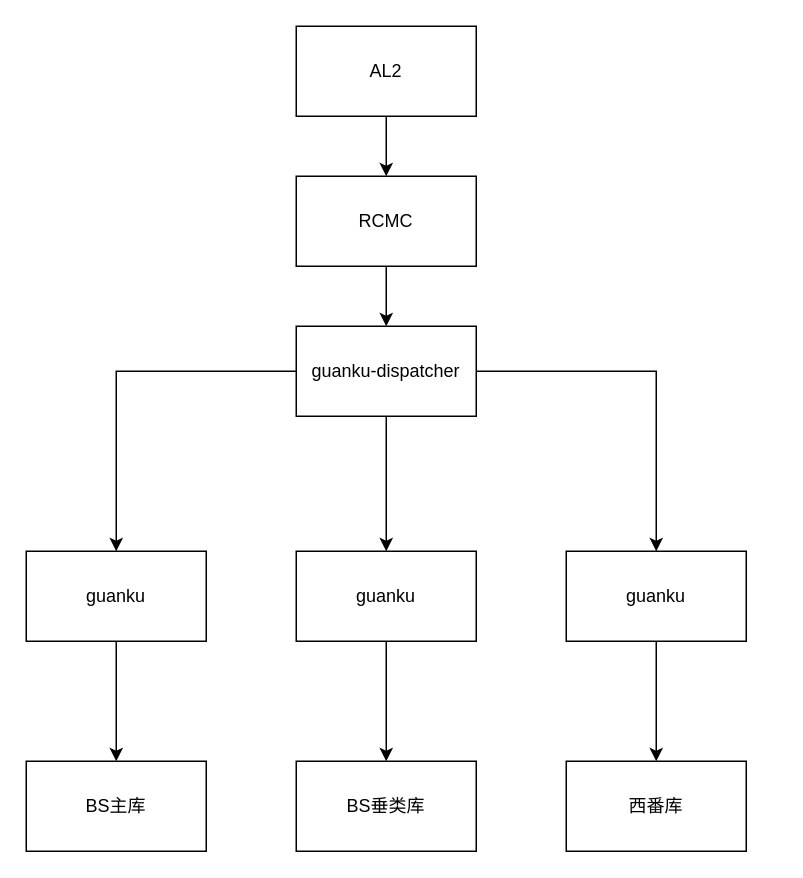
Earlier version of the draw.io diagram 灌库规则.drawio (shiludeng/testdrawio). Source tidied: cells renumbered, new cells numbered last; positions are measured from the earlier drawing's top-left corner, leaving out a move shared by most shapes. Both pictures are drawn from the tidied source at 150%, with x=0, y=0 at pixel (26, 26).
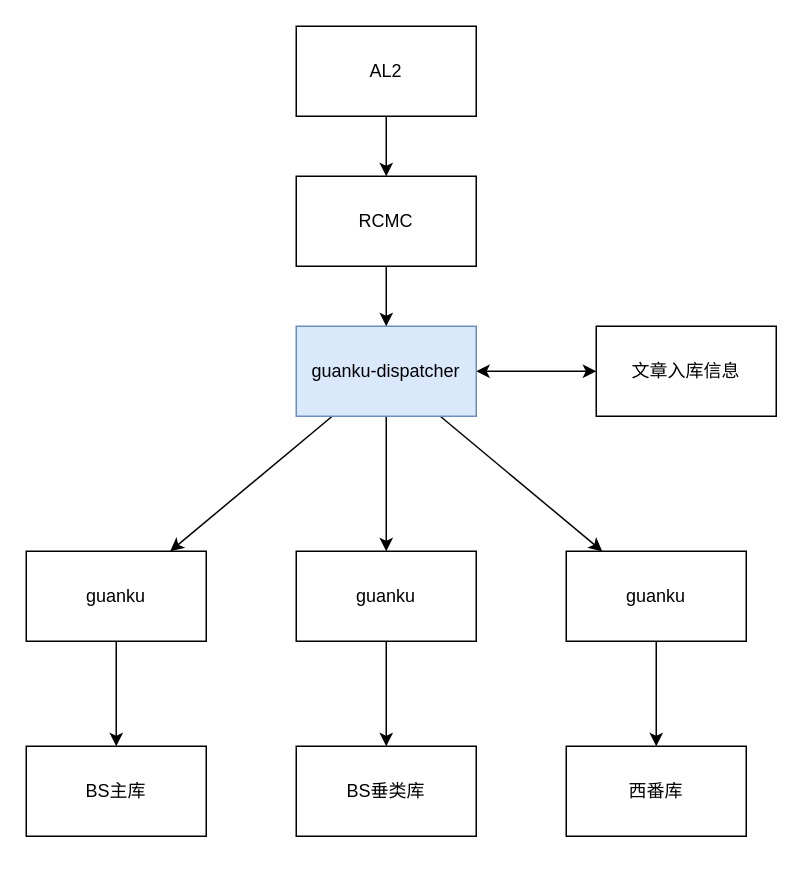
The same page after the edit.

Unchanged cells that the change refers to:
```xml
<mxCell id="11" value="guanku" style="rounded=0;whiteSpace=wrap;html=1;" parent="1" vertex="1">
  <mxGeometry x="360" y="350" width="120" height="60" as="geometry" />
</mxCell>
<mxCell id="17" value="guanku" style="rounded=0;whiteSpace=wrap;html=1;" parent="1" vertex="1">
  <mxGeometry y="350" width="120" height="60" as="geometry" />
</mxCell>
```

Diff of the diagram source:
```diff
@@
-    <mxCell id="2" style="edgeStyle=orthogonalEdgeStyle;rounded=0;jettySize=auto;html=1;" parent="1" edge="1" source="5" target="17">
+    <mxCell id="2" style="rounded=0;jettySize=auto;html=1;" parent="1" edge="1" source="5" target="17">
       <mxGeometry relative="1" as="geometry" />
     </mxCell>
@@
-    <mxCell id="4" style="edgeStyle=orthogonalEdgeStyle;rounded=0;jettySize=auto;html=1;" parent="1" edge="1" source="5" target="11">
+    <mxCell id="4" style="rounded=0;jettySize=auto;html=1;" parent="1" edge="1" source="5" target="11">
       <mxGeometry relative="1" as="geometry" />
     </mxCell>
+    <mxCell id="19" style="edgeStyle=none;rounded=0;jettySize=auto;html=1;startArrow=classic;startFill=1;" parent="1" edge="1" source="5" target="20">
+      <mxGeometry relative="1" as="geometry" />
+    </mxCell>
-    <mxCell id="5" value="guanku-dispatcher" style="rounded=0;whiteSpace=wrap;html=1;" parent="1" vertex="1">
+    <mxCell id="5" value="guanku-dispatcher" style="rounded=0;whiteSpace=wrap;html=1;fillColor=#dae8fc;strokeColor=#6c8ebf;" parent="1" vertex="1">
       <mxGeometry x="180" y="200" width="120" height="60" as="geometry" />
     </mxCell>
@@
     <mxCell id="12" value="西番库" style="rounded=0;whiteSpace=wrap;html=1;" parent="1" vertex="1">
-      <mxGeometry x="360" y="490" width="120" height="60" as="geometry" />
+      <mxGeometry x="360" y="480" width="120" height="60" as="geometry" />
     </mxCell>
@@
     <mxCell id="15" value="BS垂类库" style="rounded=0;whiteSpace=wrap;html=1;" parent="1" vertex="1">
-      <mxGeometry x="180" y="490" width="120" height="60" as="geometry" />
+      <mxGeometry x="180" y="480" width="120" height="60" as="geometry" />
     </mxCell>
@@
     <mxCell id="18" value="BS主库" style="rounded=0;whiteSpace=wrap;html=1;" parent="1" vertex="1">
-      <mxGeometry y="490" width="120" height="60" as="geometry" />
+      <mxGeometry y="480" width="120" height="60" as="geometry" />
     </mxCell>
+    <mxCell id="20" value="文章入库信息" style="rounded=0;whiteSpace=wrap;html=1;" parent="1" vertex="1">
+      <mxGeometry x="380" y="200" width="120" height="60" as="geometry" />
+    </mxCell>
```
